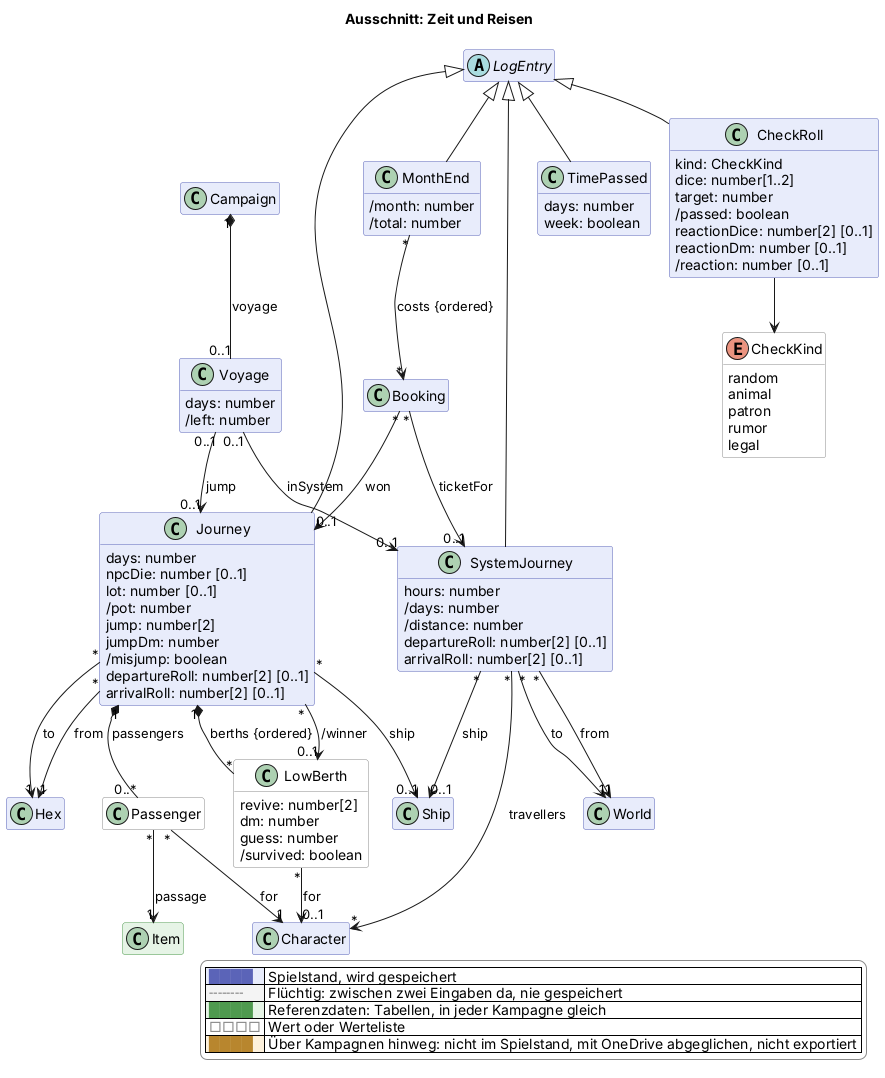
Earlier version of the PlantUML export docs/views/reise.png (scuzzar/SRE).
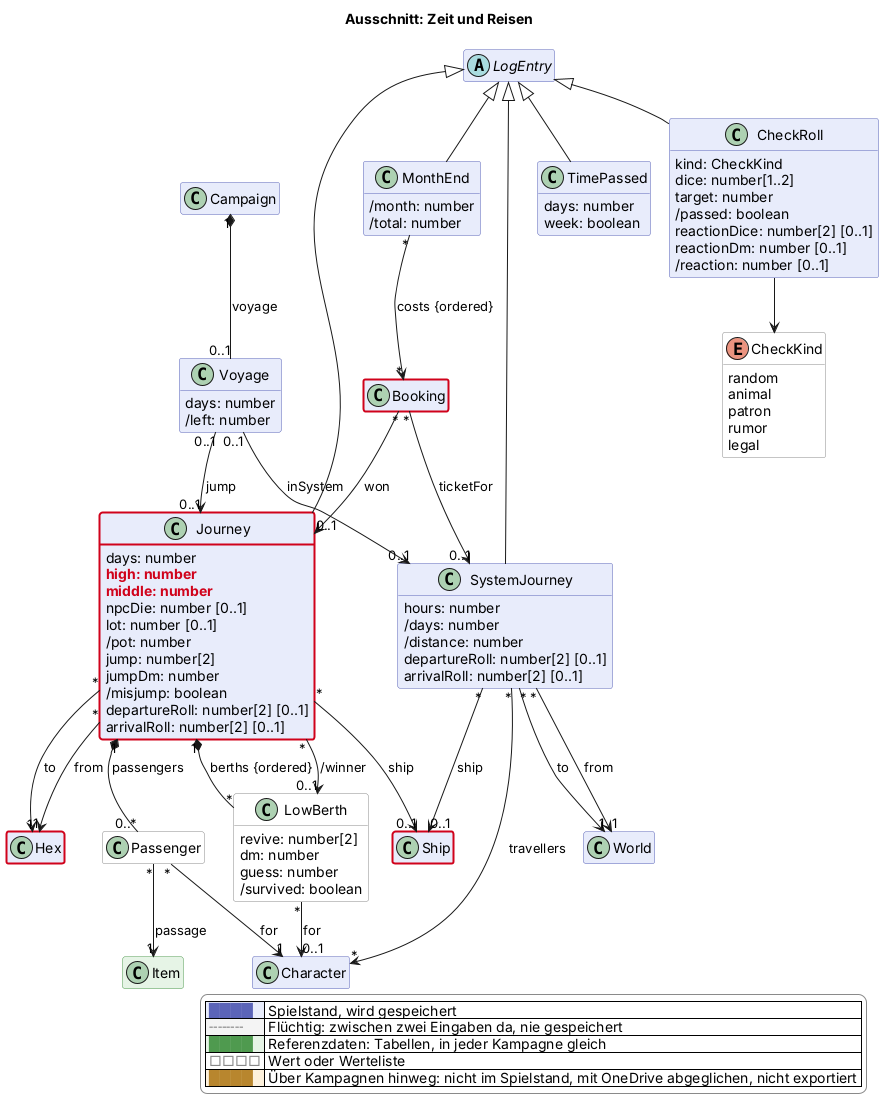
The same file after the commit.

The edit, as a diff of the source:
```diff
@@ -77,6 +77,7 @@
 
 
 
+
   class Hex $sektor
   class World $sektor
 
@@ -109,6 +110,8 @@
   }
   class Journey $reise {
     days: number
+    $new("2026-11-27", "high: number")
+    $new("2026-11-27", "middle: number")
     npcDie: number [0..1]
     lot: number [0..1]
     /pot: number
@@ -140,6 +143,7 @@
 
 
   class Item <<reference>> $shop
+
 
 
 
@@ -188,4 +192,8 @@
   |<#ffffff> <color:#8a8a8a>□□□□</color> | Wert oder Werteliste |
   |<#fdf1dc> <color:#b8862e>████</color> | Über Kampagnen hinweg: nicht im Spielstand, mit OneDrive abgeglichen, nicht exportiert |
 endlegend
+class Booking #line:d0021b;line.bold
+class Ship #line:d0021b;line.bold
+class Hex #line:d0021b;line.bold
+class Journey #line:d0021b;line.bold
 @enduml
```
